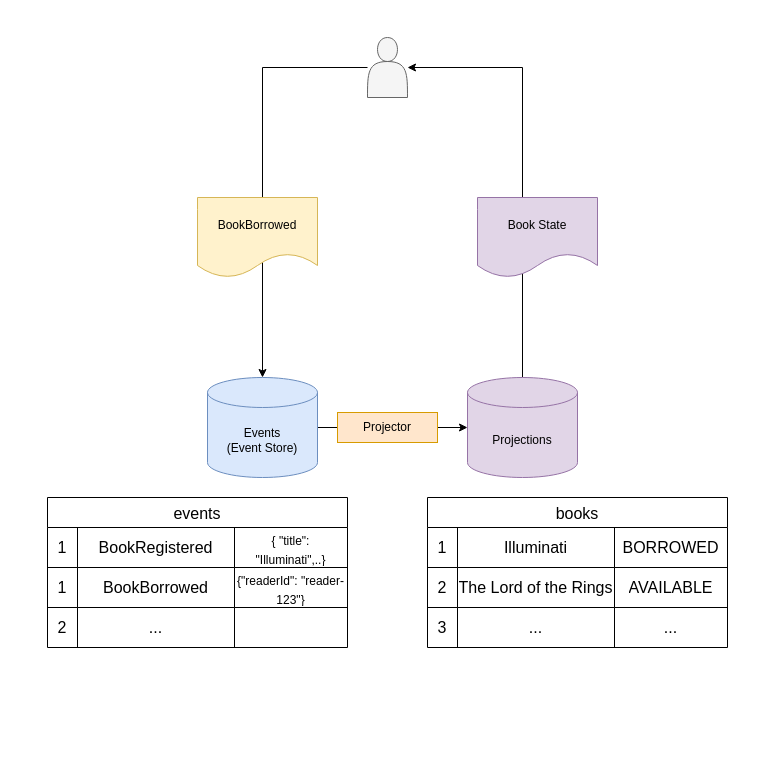
Earlier version of the draw.io diagram page "Projections" (2 of 3) of doc/drawio/es-cqrs-sample.drawio (byteleaf/es-cqrs-sample). Source tidied: cells renumbered, new cells numbered last; positions are measured from the earlier drawing's top-left corner, leaving out a move shared by most shapes. Both pictures are drawn from the tidied source at 100%, with x=0, y=0 at pixel (17, 17).
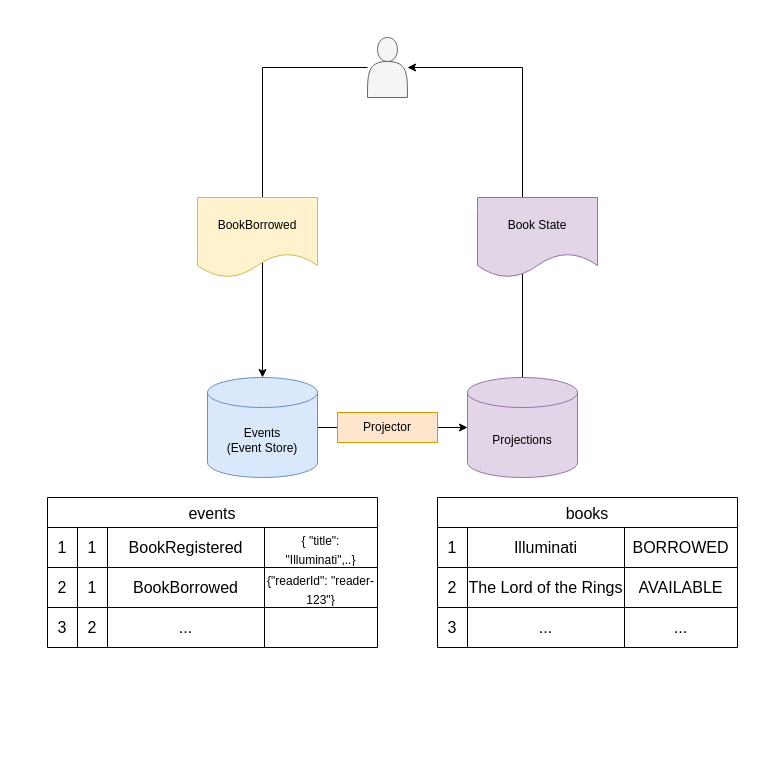
The same page after the edit.

Change to the diagram source:
```diff
@@
     <mxCell id="2" style="whiteSpace=wrap;html=1;strokeColor=none;" parent="1" vertex="1">
-      <mxGeometry width="740" height="740" as="geometry" />
+      <mxGeometry width="750" height="750" as="geometry" />
     </mxCell>
@@
     <mxCell id="11" value="books" style="shape=table;startSize=30;childLayout=tableLayout;strokeColor=default;fontSize=16;" parent="1" vertex="1">
-      <mxGeometry x="410" y="480" width="300" height="150" as="geometry" />
+      <mxGeometry x="420" y="480" width="300" height="150" as="geometry" />
     </mxCell>
@@
     <mxCell id="24" value="events" style="shape=table;startSize=30;childLayout=tableLayout;strokeColor=default;fontSize=16;" parent="1" vertex="1">
-      <mxGeometry x="30" y="480" width="300" height="150" as="geometry" />
+      <mxGeometry x="30" y="480" width="330" height="150" as="geometry" />
     </mxCell>
     <mxCell id="25" style="shape=tableRow;horizontal=0;startSize=0;swimlaneHead=0;swimlaneBody=0;strokeColor=inherit;top=0;left=0;bottom=0;right=0;fillColor=none;fontSize=16;" parent="24" vertex="1">
-      <mxGeometry y="30" width="300" height="40" as="geometry" />
+      <mxGeometry y="30" width="330" height="40" as="geometry" />
     </mxCell>
+    <mxCell id="38" value="1" style="shape=partialRectangle;html=1;whiteSpace=wrap;strokeColor=inherit;overflow=hidden;fillColor=none;top=0;left=0;bottom=0;right=0;fontSize=16;" parent="25" vertex="1">
+      <mxGeometry width="30" height="40" as="geometry" />
+    </mxCell>
     <mxCell id="26" value="1" style="shape=partialRectangle;html=1;whiteSpace=wrap;strokeColor=inherit;overflow=hidden;fillColor=none;top=0;left=0;bottom=0;right=0;fontSize=16;" parent="25" vertex="1">
-      <mxGeometry width="30" height="40" as="geometry" />
+      <mxGeometry x="30" width="30" height="40" as="geometry" />
     </mxCell>
     <mxCell id="27" value="&lt;span style=&quot;text-align: left;&quot;&gt;BookRegistered&lt;/span&gt;" style="shape=partialRectangle;html=1;whiteSpace=wrap;strokeColor=inherit;overflow=hidden;fillColor=none;top=0;left=0;bottom=0;right=0;fontSize=16;" parent="25" vertex="1">
-      <mxGeometry x="30" width="157" height="40" as="geometry" />
+      <mxGeometry x="60" width="157" height="40" as="geometry" />
     </mxCell>
     <mxCell id="28" value="&lt;font style=&quot;font-size: 12px;&quot;&gt;{ &quot;title&quot;: &quot;Illuminati&quot;,..}&lt;/font&gt;" style="shape=partialRectangle;html=1;whiteSpace=wrap;strokeColor=inherit;overflow=hidden;fillColor=none;top=0;left=0;bottom=0;right=0;fontSize=16;" parent="25" vertex="1">
-      <mxGeometry x="187" width="113" height="40" as="geometry" />
+      <mxGeometry x="217" width="113" height="40" as="geometry" />
     </mxCell>
     <mxCell id="29" style="shape=tableRow;horizontal=0;startSize=0;swimlaneHead=0;swimlaneBody=0;strokeColor=inherit;top=0;left=0;bottom=0;right=0;fillColor=none;fontSize=16;" parent="24" vertex="1">
-      <mxGeometry y="70" width="300" height="40" as="geometry" />
+      <mxGeometry y="70" width="330" height="40" as="geometry" />
     </mxCell>
+    <mxCell id="39" value="2" style="shape=partialRectangle;html=1;whiteSpace=wrap;strokeColor=inherit;overflow=hidden;fillColor=none;top=0;left=0;bottom=0;right=0;fontSize=16;" parent="29" vertex="1">
+      <mxGeometry width="30" height="40" as="geometry" />
+    </mxCell>
     <mxCell id="30" value="1" style="shape=partialRectangle;html=1;whiteSpace=wrap;strokeColor=inherit;overflow=hidden;fillColor=none;top=0;left=0;bottom=0;right=0;fontSize=16;" parent="29" vertex="1">
-      <mxGeometry width="30" height="40" as="geometry" />
+      <mxGeometry x="30" width="30" height="40" as="geometry" />
     </mxCell>
     <mxCell id="31" value="&lt;span style=&quot;text-align: left;&quot;&gt;BookBorrowed&lt;/span&gt;" style="shape=partialRectangle;html=1;whiteSpace=wrap;strokeColor=inherit;overflow=hidden;fillColor=none;top=0;left=0;bottom=0;right=0;fontSize=16;" parent="29" vertex="1">
-      <mxGeometry x="30" width="157" height="40" as="geometry" />
+      <mxGeometry x="60" width="157" height="40" as="geometry" />
     </mxCell>
     <mxCell id="32" value="&lt;font style=&quot;font-size: 12px;&quot;&gt;{&quot;readerId&quot;: &quot;reader-123&quot;}&lt;/font&gt;" style="shape=partialRectangle;html=1;whiteSpace=wrap;strokeColor=inherit;overflow=hidden;fillColor=none;top=0;left=0;bottom=0;right=0;fontSize=16;" parent="29" vertex="1">
-      <mxGeometry x="187" width="113" height="40" as="geometry" />
+      <mxGeometry x="217" width="113" height="40" as="geometry" />
     </mxCell>
     <mxCell id="33" style="shape=tableRow;horizontal=0;startSize=0;swimlaneHead=0;swimlaneBody=0;strokeColor=inherit;top=0;left=0;bottom=0;right=0;fillColor=none;fontSize=16;" parent="24" vertex="1">
-      <mxGeometry y="110" width="300" height="40" as="geometry" />
+      <mxGeometry y="110" width="330" height="40" as="geometry" />
     </mxCell>
+    <mxCell id="40" value="3" style="shape=partialRectangle;html=1;whiteSpace=wrap;strokeColor=inherit;overflow=hidden;fillColor=none;top=0;left=0;bottom=0;right=0;fontSize=16;" parent="33" vertex="1">
+      <mxGeometry width="30" height="40" as="geometry" />
+    </mxCell>
     <mxCell id="34" value="2" style="shape=partialRectangle;html=1;whiteSpace=wrap;strokeColor=inherit;overflow=hidden;fillColor=none;top=0;left=0;bottom=0;right=0;fontSize=16;" parent="33" vertex="1">
-      <mxGeometry width="30" height="40" as="geometry" />
+      <mxGeometry x="30" width="30" height="40" as="geometry" />
     </mxCell>
     <mxCell id="35" value="..." style="shape=partialRectangle;html=1;whiteSpace=wrap;strokeColor=inherit;overflow=hidden;fillColor=none;top=0;left=0;bottom=0;right=0;fontSize=16;" parent="33" vertex="1">
-      <mxGeometry x="30" width="157" height="40" as="geometry" />
+      <mxGeometry x="60" width="157" height="40" as="geometry" />
     </mxCell>
     <mxCell id="36" style="shape=partialRectangle;html=1;whiteSpace=wrap;strokeColor=inherit;overflow=hidden;fillColor=none;top=0;left=0;bottom=0;right=0;fontSize=16;" parent="33" vertex="1">
-      <mxGeometry x="187" width="113" height="40" as="geometry" />
+      <mxGeometry x="217" width="113" height="40" as="geometry" />
     </mxCell>
```
